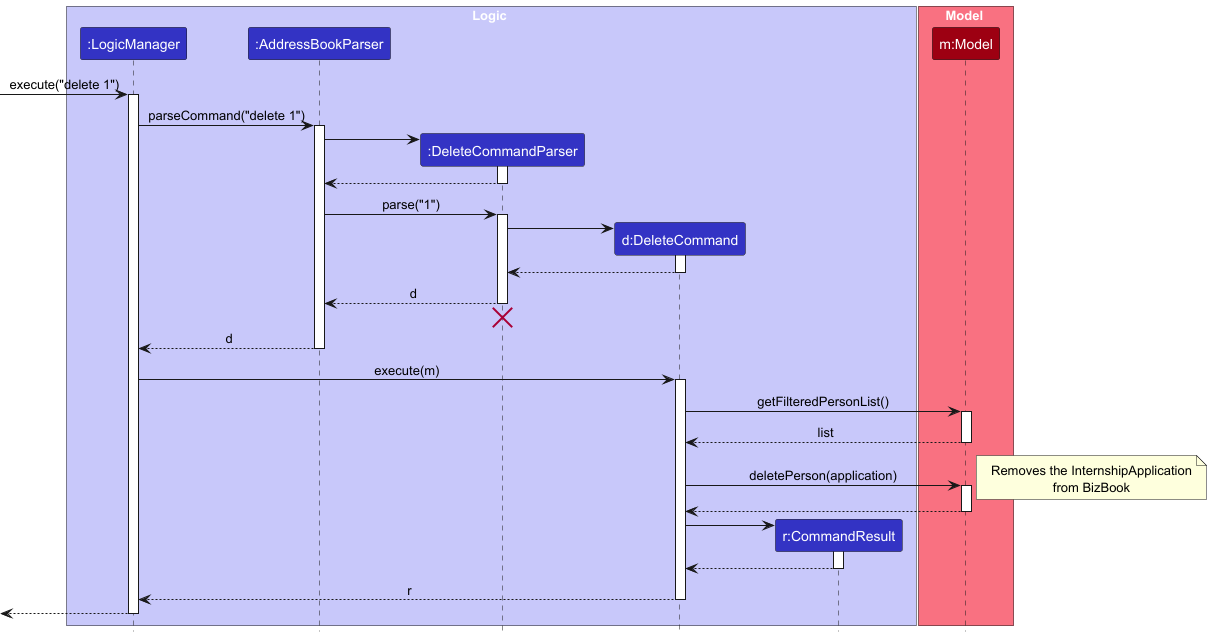
BiggillyBoyMan/tp keeps this PlantUML diagram as docs/images/DeleteSequenceDiagram.png. Above is the earlier version. Source of this version:
```plantuml
@startuml
!include style.puml
skinparam ArrowFontStyle plain

box Logic LOGIC_COLOR_T1
participant ":LogicManager" as LogicManager LOGIC_COLOR
participant ":AddressBookParser" as AddressBookParser LOGIC_COLOR
participant ":DeleteCommandParser" as DeleteCommandParser LOGIC_COLOR
participant "d:DeleteCommand" as DeleteCommand LOGIC_COLOR
participant "r:CommandResult" as CommandResult LOGIC_COLOR
end box

box Model MODEL_COLOR_T1
participant "m:Model" as Model MODEL_COLOR
end box

[-> LogicManager : execute("delete 1")
activate LogicManager

LogicManager -> AddressBookParser : parseCommand("delete 1")
activate AddressBookParser

create DeleteCommandParser
AddressBookParser -> DeleteCommandParser
activate DeleteCommandParser

DeleteCommandParser --> AddressBookParser
deactivate DeleteCommandParser

AddressBookParser -> DeleteCommandParser : parse("1")
activate DeleteCommandParser

create DeleteCommand
DeleteCommandParser -> DeleteCommand
activate DeleteCommand

DeleteCommand --> DeleteCommandParser :
deactivate DeleteCommand

DeleteCommandParser --> AddressBookParser : d
deactivate DeleteCommandParser
DeleteCommandParser -[hidden]-> AddressBookParser
destroy DeleteCommandParser

AddressBookParser --> LogicManager : d
deactivate AddressBookParser

LogicManager -> DeleteCommand : execute(m)
activate DeleteCommand

DeleteCommand -> Model : getFilteredPersonList()
activate Model
Model --> DeleteCommand : list
deactivate Model

DeleteCommand -> Model : deletePerson(application)
activate Model
note right
  Removes the InternshipApplication
  from BizBook
end note
Model --> DeleteCommand
deactivate Model

create CommandResult
DeleteCommand -> CommandResult
activate CommandResult

CommandResult --> DeleteCommand
deactivate CommandResult

DeleteCommand --> LogicManager : r
deactivate DeleteCommand

[<--LogicManager
deactivate LogicManager
@enduml
```
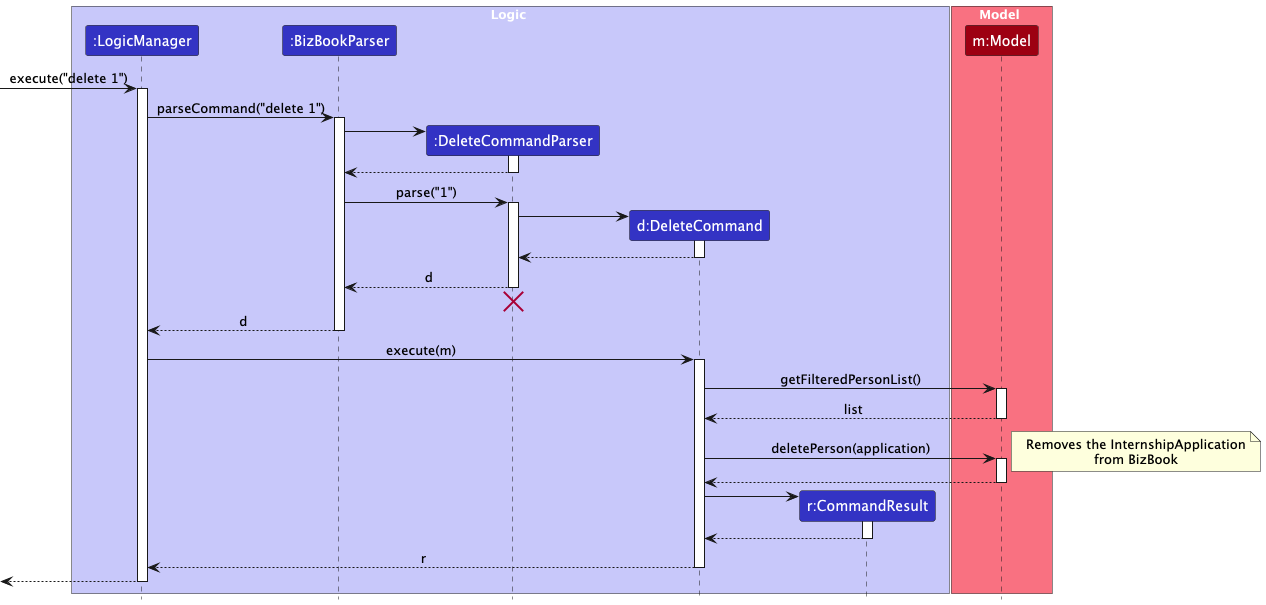
Above is the later version.

What changed in the source:
```diff
@@ -4,7 +4,7 @@
 
 box Logic LOGIC_COLOR_T1
 participant ":LogicManager" as LogicManager LOGIC_COLOR
-participant ":AddressBookParser" as AddressBookParser LOGIC_COLOR
+participant ":BizBookParser" as BizBookParser LOGIC_COLOR
 participant ":DeleteCommandParser" as DeleteCommandParser LOGIC_COLOR
 participant "d:DeleteCommand" as DeleteCommand LOGIC_COLOR
 participant "r:CommandResult" as CommandResult LOGIC_COLOR
@@ -17,17 +17,17 @@
 [-> LogicManager : execute("delete 1")
 activate LogicManager
 
-LogicManager -> AddressBookParser : parseCommand("delete 1")
-activate AddressBookParser
+LogicManager -> BizBookParser : parseCommand("delete 1")
+activate BizBookParser
 
 create DeleteCommandParser
-AddressBookParser -> DeleteCommandParser
+BizBookParser -> DeleteCommandParser
 activate DeleteCommandParser
 
-DeleteCommandParser --> AddressBookParser
+DeleteCommandParser --> BizBookParser
 deactivate DeleteCommandParser
 
-AddressBookParser -> DeleteCommandParser : parse("1")
+BizBookParser -> DeleteCommandParser : parse("1")
 activate DeleteCommandParser
 
 create DeleteCommand
@@ -37,13 +37,13 @@
 DeleteCommand --> DeleteCommandParser :
 deactivate DeleteCommand
 
-DeleteCommandParser --> AddressBookParser : d
+DeleteCommandParser --> BizBookParser : d
 deactivate DeleteCommandParser
-DeleteCommandParser -[hidden]-> AddressBookParser
+DeleteCommandParser -[hidden]-> BizBookParser
 destroy DeleteCommandParser
 
-AddressBookParser --> LogicManager : d
-deactivate AddressBookParser
+BizBookParser --> LogicManager : d
+deactivate BizBookParser
 
 LogicManager -> DeleteCommand : execute(m)
 activate DeleteCommand
```
